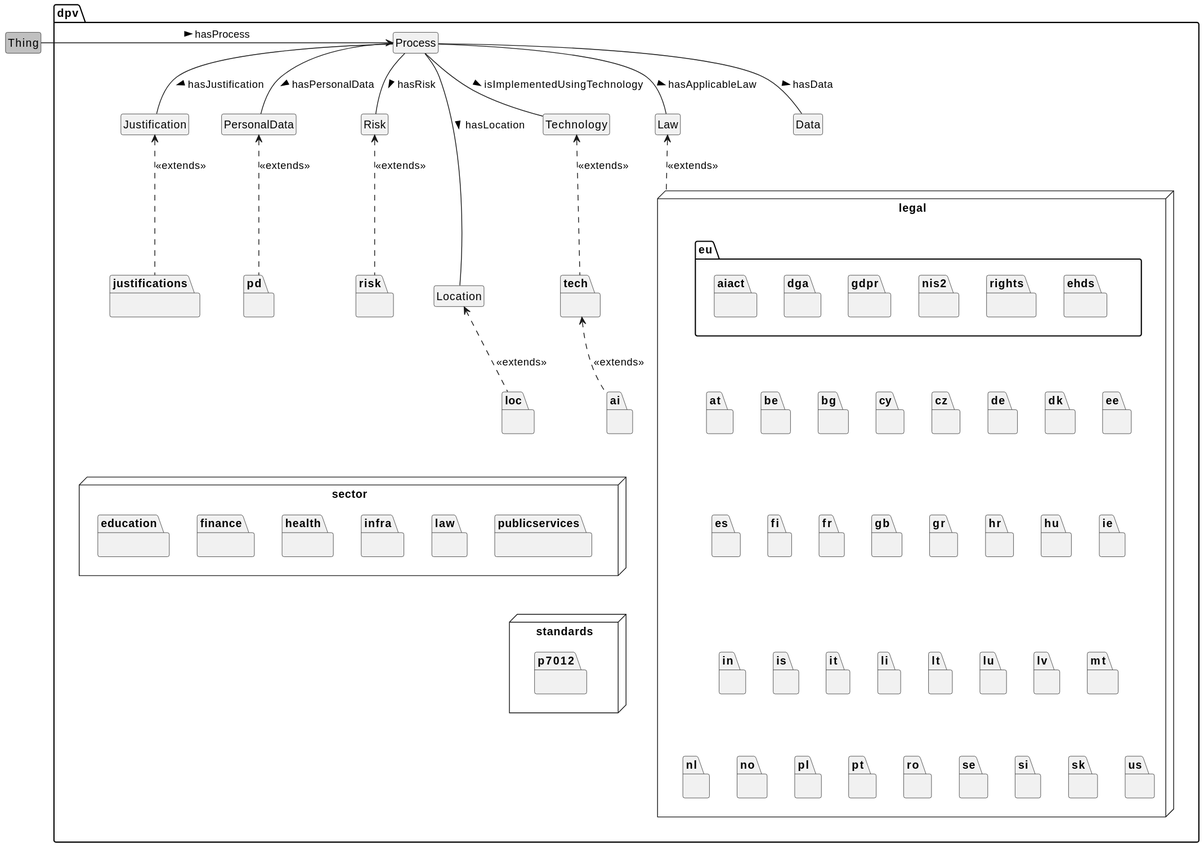
This is 2.2/diagrams/dpv_packages.svg from w3c/dpv, a PlantUML export, as it was before one commit. Its diagram source:
```plantuml
@startuml
!include style.plantuml


class Thing #silver
Thing -> dpv.Process: hasProcess >

package dpv {
	class Process
	class PersonalData
	class Risk
	class Technology
	class Location
	class Law
	class Justification

	Process -- Data : hasData >
	Process -- Justification: hasJustification >
	Process -- PersonalData: hasPersonalData >
	Process -- Risk: hasRisk >
	Process -- Technology: isImplementedUsingTechnology >
	Process -- Location: hasLocation >
	Process -- Law: hasApplicableLaw >
}

package dpv.pd {
}
dpv.PersonalData <.. dpv.pd : <<extends>>

package dpv.risk {
}
dpv.Risk <.. dpv.risk : <<extends>>

package dpv.tech {
}
dpv.Technology <.. dpv.tech : <<extends>>

package dpv.justifications {
}
dpv.Justification <.. dpv.justifications : <<extends>>

package dpv.loc {
}
dpv.Location <.. dpv.loc : <<extends>>
package dpv.ai {
}
dpv.tech <.. dpv.ai : <<extends>>

package dpv.legal <<Node>> {
	dpv.Law <.. dpv.legal : <<extends>>
	package eu {
		package aiact {}
		package dga {}
		package gdpr {}
		package nis2 {}
		package rights {}
		package ehds {}
	}
	eu -[hidden]d- at
	package at {}
	at -[hidden]r- be
	package be {}
	be -[hidden]r- bg
	package bg {}
	bg -[hidden]r- cy
	package cy {}
	cy -[hidden]r- cz
	package cz {}
	cz -[hidden]r- de
	package de {}
	de -[hidden]r- dk
	package dk {}
	dk -[hidden]r- ee
	package ee {}
	ee -[hidden]d- es
	package es {}
	es -[hidden]r- fi
	package fi {}
	fi -[hidden]r- fr
	package fr {}
	fr -[hidden]r- gb
	package gb {}
	gb -[hidden]r- gr
	package gr {}
	gr -[hidden]r- hr
	package hr {}
	hr -[hidden]r- hu
	package hu {}
	hu -[hidden]r- ie
	package ie {}
	ie -[hidden]d- in
	package in {}
	in -[hidden]r- is
	package is {}
	is -[hidden]r- it
	package it {}
	it -[hidden]r- li
	package li {}
	li -[hidden]r- lt
	package lt {}
	lt -[hidden]r- lu
	package lu {}
	lu -[hidden]r- lv
	package lv {}
	lv -[hidden]r- mt
	package mt {}
	mt -[hidden]d- nl
	package nl {}
	nl -[hidden]r- no
	package no {}
	no -[hidden]r- pl
	package pl {}
	pl -[hidden]r- pt
	package pt {}
	pt -[hidden]r- ro
	package ro {}
	ro -[hidden]r- se
	package se {}
	se -[hidden]r- si
	package si {}
	si -[hidden]r- sk
	package sk {}
	sk -[hidden]r- us
	package us {}

}

package dpv.sector <<Node>> {
	package education {}
	package finance {}
	package health {}
	package infra {}
	package law {}
	package publicservices {}
}

package dpv.standards <<Node>> {
	package p7012 {}
}


dpv.loc -[hidden]d- dpv.sector
dpv.sector -[hidden]d- dpv.standards
dpv.ai -[hidden]l- dpv.legal
dpv.PersonalData -[hidden]l- dpv.Justification
dpv.ai -[hidden]d- dpv.sector
@enduml
```
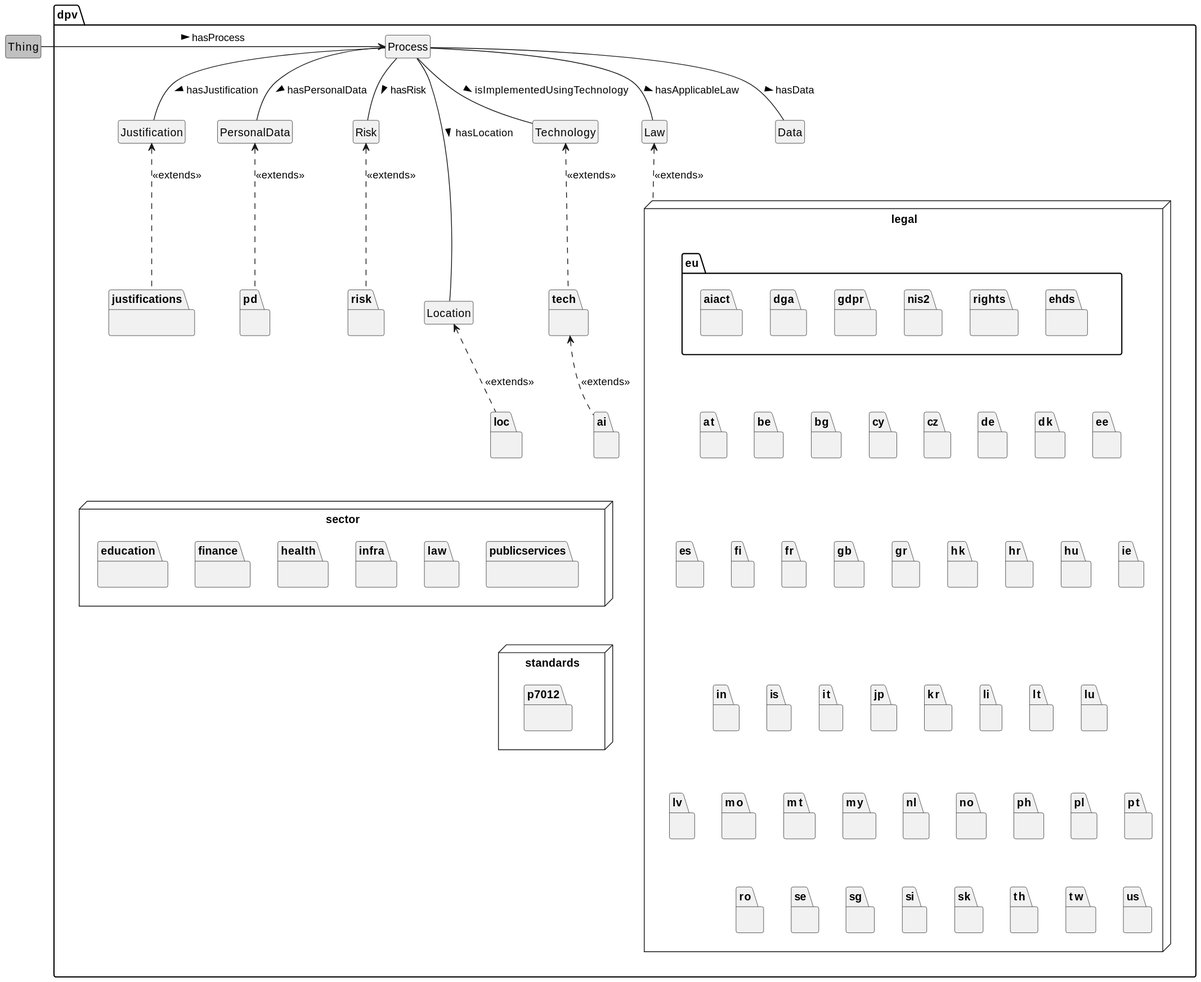
After the change.

What changed in the source:
```diff
@@ -82,7 +82,9 @@
 	package gb {}
 	gb -[hidden]r- gr
 	package gr {}
-	gr -[hidden]r- hr
+	gr -[hidden]r- hk
+	package hk {}
+	hk -[hidden]r- hr
 	package hr {}
 	hr -[hidden]r- hu
 	package hu {}
@@ -94,33 +96,49 @@
 	package is {}
 	is -[hidden]r- it
 	package it {}
-	it -[hidden]r- li
+	it -[hidden]r- jp
+	package jp {}
+	jp -[hidden]r- kr
+	package kr {}
+	kr -[hidden]r- li
 	package li {}
 	li -[hidden]r- lt
 	package lt {}
 	lt -[hidden]r- lu
 	package lu {}
-	lu -[hidden]r- lv
+	lu -[hidden]d- lv
 	package lv {}
-	lv -[hidden]r- mt
+	lv -[hidden]r- mo
+	package mo {}
+	mo -[hidden]r- mt
 	package mt {}
-	mt -[hidden]d- nl
+	mt -[hidden]r- my
+	package my {}
+	my -[hidden]r- nl
 	package nl {}
 	nl -[hidden]r- no
 	package no {}
-	no -[hidden]r- pl
+	no -[hidden]r- ph
+	package ph {}
+	ph -[hidden]r- pl
 	package pl {}
 	pl -[hidden]r- pt
 	package pt {}
-	pt -[hidden]r- ro
+	pt -[hidden]d- ro
 	package ro {}
 	ro -[hidden]r- se
 	package se {}
-	se -[hidden]r- si
+	se -[hidden]r- sg
+	package sg {}
+	sg -[hidden]r- si
 	package si {}
 	si -[hidden]r- sk
 	package sk {}
-	sk -[hidden]r- us
+	sk -[hidden]r- th
+	package th {}
+	th -[hidden]r- tw
+	package tw {}
+	tw -[hidden]r- us
 	package us {}
 
 }
```
